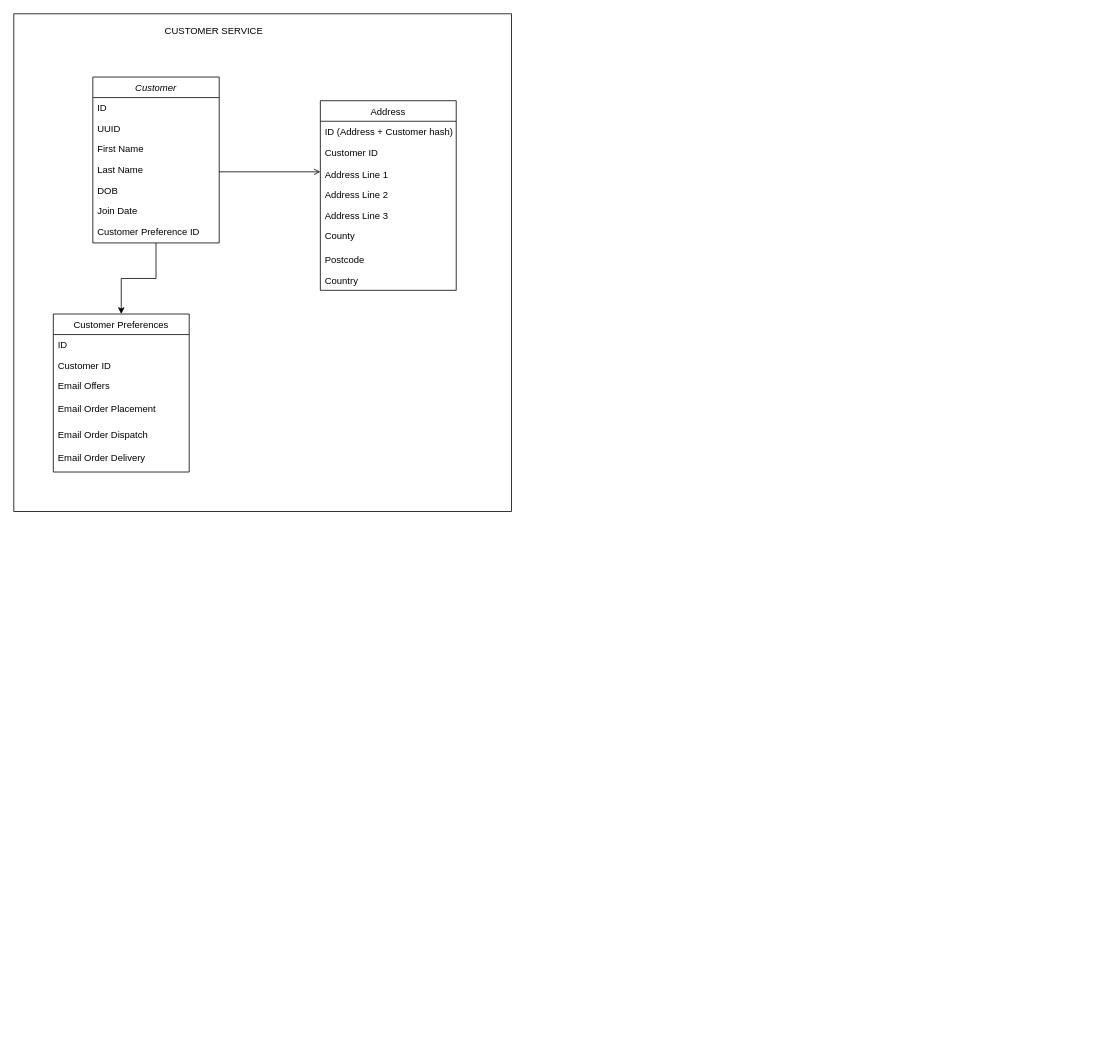
Before: EcomSite.drawio in drock135/Hello-world, a draw.io diagram. Source tidied: cells renumbered, new cells numbered last; positions are measured from the earlier drawing's top-left corner, leaving out a move shared by most shapes. Both pictures are drawn from the tidied source at 79%, with x=0, y=0 at pixel (13, 13).
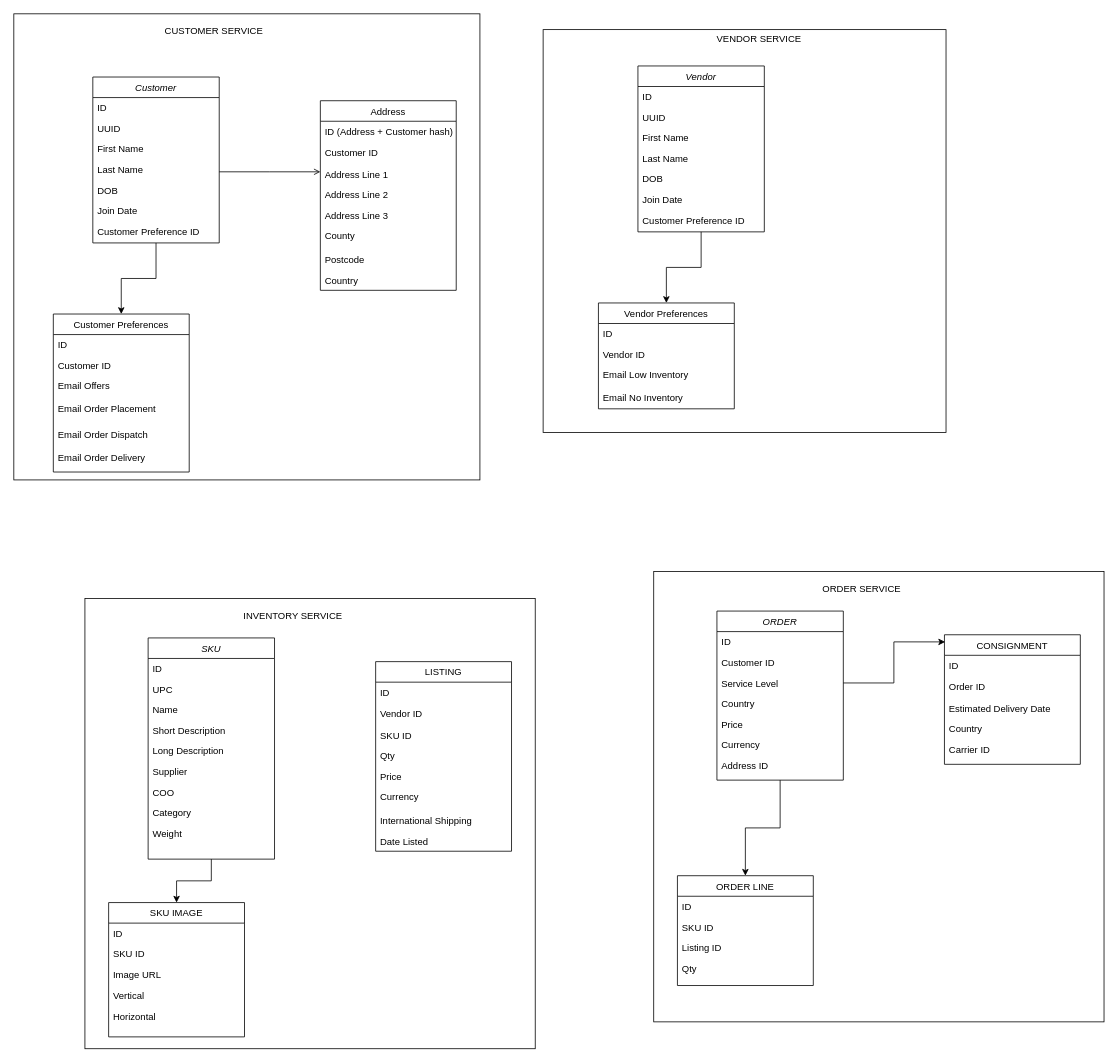
The same page after the edit.

What changed in the source:
```diff
@@
     <mxCell id="2" style="whiteSpace=wrap;html=1;" parent="1" vertex="1">
-      <mxGeometry width="630" height="630" as="geometry" />
+      <mxGeometry width="590" height="590" as="geometry" />
     </mxCell>
@@
+    <mxCell id="30" style="whiteSpace=wrap;html=1;" parent="1" vertex="1">
+      <mxGeometry x="670" y="20" width="510" height="510" as="geometry" />
+    </mxCell>
+    <mxCell id="31" style="edgeStyle=orthogonalEdgeStyle;rounded=0;jettySize=auto;html=1;entryX=0.5;entryY=0;entryDx=0;entryDy=0;" parent="1" edge="1" source="32" target="41">
+      <mxGeometry relative="1" as="geometry" />
+    </mxCell>
+    <mxCell id="32" value="Vendor" style="swimlane;fontStyle=2;align=center;verticalAlign=top;horizontal=1;startSize=26;rounded=0;shadow=0;strokeWidth=1;" parent="1" vertex="1">
+      <mxGeometry x="790" y="66" width="160" height="210" as="geometry" />
+    </mxCell>
+    <mxCell id="33" value="ID" style="text;align=left;verticalAlign=top;spacingLeft=4;spacingRight=4;overflow=hidden;" parent="32" vertex="1">
+      <mxGeometry y="26" width="160" height="26" as="geometry" />
+    </mxCell>
+    <mxCell id="34" value="UUID" style="text;align=left;verticalAlign=top;spacingLeft=4;spacingRight=4;overflow=hidden;rounded=0;shadow=0;html=0;" parent="32" vertex="1">
+      <mxGeometry y="52" width="160" height="26" as="geometry" />
+    </mxCell>
+    <mxCell id="35" value="First Name" style="text;align=left;verticalAlign=top;spacingLeft=4;spacingRight=4;overflow=hidden;" parent="32" vertex="1">
+      <mxGeometry y="78" width="160" height="26" as="geometry" />
+    </mxCell>
+    <mxCell id="36" value="Last Name" style="text;align=left;verticalAlign=top;spacingLeft=4;spacingRight=4;overflow=hidden;" parent="32" vertex="1">
+      <mxGeometry y="104" width="160" height="20" as="geometry" />
+    </mxCell>
+    <mxCell id="37" value="VENDOR SERVICE" style="text;html=1;align=center;verticalAlign=middle;labelBackgroundColor=none;rounded=0;shadow=0;strokeWidth=1;fontSize=12;" parent="1" vertex="1">
+      <mxGeometry x="1000" y="160" as="geometry">
+        <mxPoint x="-58" y="-129" as="offset" />
+      </mxGeometry>
+    </mxCell>
+    <mxCell id="38" value="Customer Preference ID" style="text;align=left;verticalAlign=top;spacingLeft=4;spacingRight=4;overflow=hidden;" parent="1" vertex="1">
+      <mxGeometry x="790" y="248" width="160" height="26" as="geometry" />
+    </mxCell>
+    <mxCell id="39" value="DOB" style="text;align=left;verticalAlign=top;spacingLeft=4;spacingRight=4;overflow=hidden;rounded=0;shadow=0;html=0;" parent="1" vertex="1">
+      <mxGeometry x="790" y="196" width="160" height="26" as="geometry" />
+    </mxCell>
+    <mxCell id="40" value="Join Date" style="text;align=left;verticalAlign=top;spacingLeft=4;spacingRight=4;overflow=hidden;rounded=0;shadow=0;html=0;" parent="1" vertex="1">
+      <mxGeometry x="790" y="222" width="160" height="26" as="geometry" />
+    </mxCell>
+    <mxCell id="41" value="Vendor Preferences" style="swimlane;fontStyle=0;align=center;verticalAlign=top;horizontal=1;startSize=26;rounded=0;shadow=0;strokeWidth=1;" parent="1" vertex="1">
+      <mxGeometry x="740" y="366" width="172" height="134" as="geometry" />
+    </mxCell>
+    <mxCell id="42" value="ID" style="text;align=left;verticalAlign=top;spacingLeft=4;spacingRight=4;overflow=hidden;" parent="41" vertex="1">
+      <mxGeometry y="26" width="172" height="26" as="geometry" />
+    </mxCell>
+    <mxCell id="43" value="Vendor ID" style="text;align=left;verticalAlign=top;spacingLeft=4;spacingRight=4;overflow=hidden;" parent="41" vertex="1">
+      <mxGeometry y="52" width="172" height="26" as="geometry" />
+    </mxCell>
+    <mxCell id="44" value="Email Low Inventory" style="text;align=left;verticalAlign=top;spacingLeft=4;spacingRight=4;overflow=hidden;" parent="41" vertex="1">
+      <mxGeometry y="78" width="172" height="26" as="geometry" />
+    </mxCell>
+    <mxCell id="45" value="Email No Inventory" style="text;align=left;verticalAlign=top;spacingLeft=4;spacingRight=4;overflow=hidden;" parent="1" vertex="1">
+      <mxGeometry x="740" y="473" width="172" height="26" as="geometry" />
+    </mxCell>
+    <mxCell id="46" style="whiteSpace=wrap;html=1;" parent="1" vertex="1">
+      <mxGeometry x="90" y="740" width="570" height="570" as="geometry" />
+    </mxCell>
+    <mxCell id="47" style="edgeStyle=orthogonalEdgeStyle;rounded=0;jettySize=auto;html=1;entryX=0.5;entryY=0;entryDx=0;entryDy=0;" parent="1" edge="1" source="48" target="66">
+      <mxGeometry relative="1" as="geometry" />
+    </mxCell>
+    <mxCell id="48" value="SKU" style="swimlane;fontStyle=2;align=center;verticalAlign=top;horizontal=1;startSize=26;rounded=0;shadow=0;strokeWidth=1;" parent="1" vertex="1">
+      <mxGeometry x="170" y="790" width="160" height="280" as="geometry" />
+    </mxCell>
+    <mxCell id="49" value="ID" style="text;align=left;verticalAlign=top;spacingLeft=4;spacingRight=4;overflow=hidden;" parent="48" vertex="1">
+      <mxGeometry y="26" width="160" height="26" as="geometry" />
+    </mxCell>
+    <mxCell id="50" value="UPC" style="text;align=left;verticalAlign=top;spacingLeft=4;spacingRight=4;overflow=hidden;rounded=0;shadow=0;html=0;" parent="48" vertex="1">
+      <mxGeometry y="52" width="160" height="26" as="geometry" />
+    </mxCell>
+    <mxCell id="51" value="Name" style="text;align=left;verticalAlign=top;spacingLeft=4;spacingRight=4;overflow=hidden;" parent="48" vertex="1">
+      <mxGeometry y="78" width="160" height="26" as="geometry" />
+    </mxCell>
+    <mxCell id="52" value="Short Description" style="text;align=left;verticalAlign=top;spacingLeft=4;spacingRight=4;overflow=hidden;" parent="48" vertex="1">
+      <mxGeometry y="104" width="160" height="20" as="geometry" />
+    </mxCell>
+    <mxCell id="53" value="LISTING" style="swimlane;fontStyle=0;align=center;verticalAlign=top;horizontal=1;startSize=26;rounded=0;shadow=0;strokeWidth=1;" parent="1" vertex="1">
+      <mxGeometry x="458" y="820" width="172" height="240" as="geometry" />
+    </mxCell>
+    <mxCell id="54" value="ID" style="text;align=left;verticalAlign=top;spacingLeft=4;spacingRight=4;overflow=hidden;" parent="53" vertex="1">
+      <mxGeometry y="26" width="172" height="26" as="geometry" />
+    </mxCell>
+    <mxCell id="55" value="Vendor ID" style="text;align=left;verticalAlign=top;spacingLeft=4;spacingRight=4;overflow=hidden;" parent="53" vertex="1">
+      <mxGeometry y="52" width="172" height="26" as="geometry" />
+    </mxCell>
+    <mxCell id="56" value="INVENTORY SERVICE" style="text;html=1;align=center;verticalAlign=middle;labelBackgroundColor=none;rounded=0;shadow=0;strokeWidth=1;fontSize=12;" parent="1" vertex="1">
+      <mxGeometry x="410" y="890" as="geometry">
+        <mxPoint x="-58" y="-129" as="offset" />
+      </mxGeometry>
+    </mxCell>
+    <mxCell id="57" value="COO" style="text;align=left;verticalAlign=top;spacingLeft=4;spacingRight=4;overflow=hidden;" parent="1" vertex="1">
+      <mxGeometry x="170" y="972" width="160" height="26" as="geometry" />
+    </mxCell>
+    <mxCell id="58" value="Long Description" style="text;align=left;verticalAlign=top;spacingLeft=4;spacingRight=4;overflow=hidden;rounded=0;shadow=0;html=0;" parent="1" vertex="1">
+      <mxGeometry x="170" y="920" width="160" height="26" as="geometry" />
+    </mxCell>
+    <mxCell id="59" value="Supplier" style="text;align=left;verticalAlign=top;spacingLeft=4;spacingRight=4;overflow=hidden;rounded=0;shadow=0;html=0;" parent="1" vertex="1">
+      <mxGeometry x="170" y="946" width="160" height="26" as="geometry" />
+    </mxCell>
+    <mxCell id="60" value="SKU ID" style="text;align=left;verticalAlign=top;spacingLeft=4;spacingRight=4;overflow=hidden;" parent="1" vertex="1">
+      <mxGeometry x="458" y="900" width="172" height="26" as="geometry" />
+    </mxCell>
+    <mxCell id="61" value="Qty" style="text;align=left;verticalAlign=top;spacingLeft=4;spacingRight=4;overflow=hidden;" parent="1" vertex="1">
+      <mxGeometry x="458" y="926" width="172" height="26" as="geometry" />
+    </mxCell>
+    <mxCell id="62" value="Price" style="text;align=left;verticalAlign=top;spacingLeft=4;spacingRight=4;overflow=hidden;" parent="1" vertex="1">
+      <mxGeometry x="458" y="952" width="172" height="26" as="geometry" />
+    </mxCell>
+    <mxCell id="63" value="Currency" style="text;align=left;verticalAlign=top;spacingLeft=4;spacingRight=4;overflow=hidden;" parent="1" vertex="1">
+      <mxGeometry x="458" y="978" width="172" height="26" as="geometry" />
+    </mxCell>
+    <mxCell id="64" value="Date Listed" style="text;align=left;verticalAlign=top;spacingLeft=4;spacingRight=4;overflow=hidden;" parent="1" vertex="1">
+      <mxGeometry x="458" y="1034" width="172" height="26" as="geometry" />
+    </mxCell>
+    <mxCell id="65" value="International Shipping" style="text;align=left;verticalAlign=top;spacingLeft=4;spacingRight=4;overflow=hidden;" parent="1" vertex="1">
+      <mxGeometry x="458" y="1008" width="172" height="26" as="geometry" />
+    </mxCell>
+    <mxCell id="66" value="SKU IMAGE" style="swimlane;fontStyle=0;align=center;verticalAlign=top;horizontal=1;startSize=26;rounded=0;shadow=0;strokeWidth=1;" parent="1" vertex="1">
+      <mxGeometry x="120" y="1125" width="172" height="170" as="geometry" />
+    </mxCell>
+    <mxCell id="67" value="ID" style="text;align=left;verticalAlign=top;spacingLeft=4;spacingRight=4;overflow=hidden;" parent="66" vertex="1">
+      <mxGeometry y="26" width="172" height="26" as="geometry" />
+    </mxCell>
+    <mxCell id="68" value="SKU ID" style="text;align=left;verticalAlign=top;spacingLeft=4;spacingRight=4;overflow=hidden;" parent="66" vertex="1">
+      <mxGeometry y="52" width="172" height="26" as="geometry" />
+    </mxCell>
+    <mxCell id="69" value="Image URL" style="text;align=left;verticalAlign=top;spacingLeft=4;spacingRight=4;overflow=hidden;" parent="66" vertex="1">
+      <mxGeometry y="78" width="172" height="26" as="geometry" />
+    </mxCell>
+    <mxCell id="70" value="Horizontal" style="text;align=left;verticalAlign=top;spacingLeft=4;spacingRight=4;overflow=hidden;" parent="1" vertex="1">
+      <mxGeometry x="120" y="1256" width="172" height="26" as="geometry" />
+    </mxCell>
+    <mxCell id="71" value="Vertical" style="text;align=left;verticalAlign=top;spacingLeft=4;spacingRight=4;overflow=hidden;" parent="1" vertex="1">
+      <mxGeometry x="120" y="1230" width="172" height="26" as="geometry" />
+    </mxCell>
+    <mxCell id="72" value="Category" style="text;align=left;verticalAlign=top;spacingLeft=4;spacingRight=4;overflow=hidden;" parent="1" vertex="1">
+      <mxGeometry x="170" y="998" width="160" height="26" as="geometry" />
+    </mxCell>
+    <mxCell id="73" value="Weight" style="text;align=left;verticalAlign=top;spacingLeft=4;spacingRight=4;overflow=hidden;" parent="1" vertex="1">
+      <mxGeometry x="170" y="1024" width="160" height="26" as="geometry" />
+    </mxCell>
+    <mxCell id="74" style="whiteSpace=wrap;html=1;" parent="1" vertex="1">
+      <mxGeometry x="810" y="706" width="570" height="570" as="geometry" />
+    </mxCell>
+    <mxCell id="75" style="edgeStyle=orthogonalEdgeStyle;rounded=0;jettySize=auto;html=1;entryX=0.5;entryY=0;entryDx=0;entryDy=0;" parent="1" edge="1" source="76" target="91">
+      <mxGeometry relative="1" as="geometry" />
+    </mxCell>
+    <mxCell id="76" value="ORDER" style="swimlane;fontStyle=2;align=center;verticalAlign=top;horizontal=1;startSize=26;rounded=0;shadow=0;strokeWidth=1;" parent="1" vertex="1">
+      <mxGeometry x="890" y="756" width="160" height="214" as="geometry" />
+    </mxCell>
+    <mxCell id="77" value="ID" style="text;align=left;verticalAlign=top;spacingLeft=4;spacingRight=4;overflow=hidden;" parent="76" vertex="1">
+      <mxGeometry y="26" width="160" height="26" as="geometry" />
+    </mxCell>
+    <mxCell id="78" value="Customer ID" style="text;align=left;verticalAlign=top;spacingLeft=4;spacingRight=4;overflow=hidden;rounded=0;shadow=0;html=0;" parent="76" vertex="1">
+      <mxGeometry y="52" width="160" height="26" as="geometry" />
+    </mxCell>
+    <mxCell id="79" value="Service Level" style="text;align=left;verticalAlign=top;spacingLeft=4;spacingRight=4;overflow=hidden;points=[[0,0.5],[1,0.5]];portConstraint=eastwest;" parent="76" vertex="1">
+      <mxGeometry y="78" width="160" height="26" as="geometry" />
+    </mxCell>
+    <mxCell id="80" value="Country" style="text;align=left;verticalAlign=top;spacingLeft=4;spacingRight=4;overflow=hidden;" parent="76" vertex="1">
+      <mxGeometry y="104" width="160" height="20" as="geometry" />
+    </mxCell>
+    <mxCell id="81" value="CONSIGNMENT" style="swimlane;fontStyle=0;align=center;verticalAlign=top;horizontal=1;startSize=26;rounded=0;shadow=0;strokeWidth=1;" parent="1" vertex="1">
+      <mxGeometry x="1178" y="786" width="172" height="164" as="geometry" />
+    </mxCell>
+    <mxCell id="82" value="ID" style="text;align=left;verticalAlign=top;spacingLeft=4;spacingRight=4;overflow=hidden;" parent="81" vertex="1">
+      <mxGeometry y="26" width="172" height="26" as="geometry" />
+    </mxCell>
+    <mxCell id="83" value="Order ID" style="text;align=left;verticalAlign=top;spacingLeft=4;spacingRight=4;overflow=hidden;" parent="81" vertex="1">
+      <mxGeometry y="52" width="172" height="26" as="geometry" />
+    </mxCell>
+    <mxCell id="84" value="ORDER SERVICE" style="text;html=1;align=center;verticalAlign=middle;labelBackgroundColor=none;rounded=0;shadow=0;strokeWidth=1;fontSize=12;" parent="1" vertex="1">
+      <mxGeometry x="1130" y="856" as="geometry">
+        <mxPoint x="-58" y="-129" as="offset" />
+      </mxGeometry>
+    </mxCell>
+    <mxCell id="85" value="Address ID" style="text;align=left;verticalAlign=top;spacingLeft=4;spacingRight=4;overflow=hidden;" parent="1" vertex="1">
+      <mxGeometry x="890" y="938" width="160" height="26" as="geometry" />
+    </mxCell>
+    <mxCell id="86" value="Price" style="text;align=left;verticalAlign=top;spacingLeft=4;spacingRight=4;overflow=hidden;rounded=0;shadow=0;html=0;" parent="1" vertex="1">
+      <mxGeometry x="890" y="886" width="160" height="26" as="geometry" />
+    </mxCell>
+    <mxCell id="87" value="Currency" style="text;align=left;verticalAlign=top;spacingLeft=4;spacingRight=4;overflow=hidden;rounded=0;shadow=0;html=0;" parent="1" vertex="1">
+      <mxGeometry x="890" y="912" width="160" height="26" as="geometry" />
+    </mxCell>
+    <mxCell id="88" value="Estimated Delivery Date" style="text;align=left;verticalAlign=top;spacingLeft=4;spacingRight=4;overflow=hidden;" parent="1" vertex="1">
+      <mxGeometry x="1178" y="866" width="172" height="26" as="geometry" />
+    </mxCell>
+    <mxCell id="89" value="Country" style="text;align=left;verticalAlign=top;spacingLeft=4;spacingRight=4;overflow=hidden;" parent="1" vertex="1">
+      <mxGeometry x="1178" y="892" width="172" height="26" as="geometry" />
+    </mxCell>
+    <mxCell id="90" value="Carrier ID" style="text;align=left;verticalAlign=top;spacingLeft=4;spacingRight=4;overflow=hidden;" parent="1" vertex="1">
+      <mxGeometry x="1178" y="918" width="172" height="26" as="geometry" />
+    </mxCell>
+    <mxCell id="91" value="ORDER LINE" style="swimlane;fontStyle=0;align=center;verticalAlign=top;horizontal=1;startSize=26;rounded=0;shadow=0;strokeWidth=1;" parent="1" vertex="1">
+      <mxGeometry x="840" y="1091" width="172" height="139" as="geometry" />
+    </mxCell>
+    <mxCell id="92" value="ID" style="text;align=left;verticalAlign=top;spacingLeft=4;spacingRight=4;overflow=hidden;" parent="91" vertex="1">
+      <mxGeometry y="26" width="172" height="26" as="geometry" />
+    </mxCell>
+    <mxCell id="93" value="SKU ID" style="text;align=left;verticalAlign=top;spacingLeft=4;spacingRight=4;overflow=hidden;" parent="91" vertex="1">
+      <mxGeometry y="52" width="172" height="26" as="geometry" />
+    </mxCell>
+    <mxCell id="94" value="Listing ID" style="text;align=left;verticalAlign=top;spacingLeft=4;spacingRight=4;overflow=hidden;" parent="91" vertex="1">
+      <mxGeometry y="78" width="172" height="26" as="geometry" />
+    </mxCell>
+    <mxCell id="95" value="Qty" style="text;align=left;verticalAlign=top;spacingLeft=4;spacingRight=4;overflow=hidden;" parent="1" vertex="1">
+      <mxGeometry x="840" y="1196" width="172" height="26" as="geometry" />
+    </mxCell>
+    <mxCell id="96" style="edgeStyle=orthogonalEdgeStyle;rounded=0;jettySize=auto;html=1;exitX=1;exitY=0.5;exitDx=0;exitDy=0;entryX=0.005;entryY=0.055;entryDx=0;entryDy=0;entryPerimeter=0;" parent="1" edge="1" source="79" target="81">
+      <mxGeometry relative="1" as="geometry" />
+    </mxCell>
```
